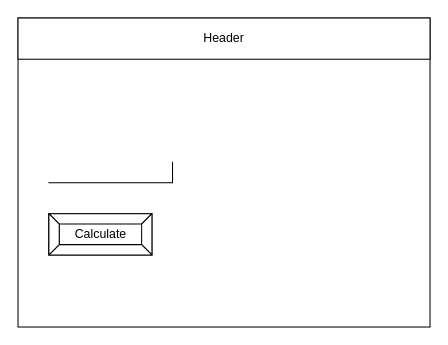
Above: design/story-board.drawio in Liya-Getachew/ICS2O-Unit3-04-JS (draw.io), before the change. Source tidied: cells renumbered, new cells numbered last; positions are measured from the earlier drawing's top-left corner, leaving out a move shared by most shapes. Both pictures are drawn from the tidied source at 103%, with x=0, y=0 at pixel (18, 18).
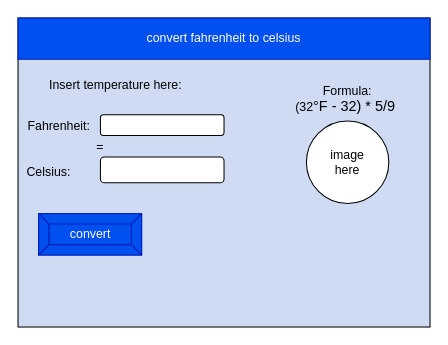
After the change.

Commit message (it also covers changes not shown here):
board and chart

Diff of the diagram source:
```diff
@@
 <mxGraphModel>
   <root>
     <mxCell id="0" />
     <mxCell id="1" parent="0" />
-    <mxCell id="2" style="rounded=0;whiteSpace=wrap;html=1;" parent="1" vertex="1">
+    <mxCell id="2" style="rounded=0;whiteSpace=wrap;html=1;fillColor=#CEDBF2;" parent="1" vertex="1">
       <mxGeometry width="400" height="300" as="geometry" />
     </mxCell>
-    <mxCell id="3" value="Header" style="rounded=0;whiteSpace=wrap;html=1;" parent="1" vertex="1">
+    <mxCell id="3" value="convert fahrenheit to celsius" style="rounded=0;whiteSpace=wrap;html=1;fillColor=#0050ef;fontColor=#ffffff;strokeColor=#001DBC;" parent="1" vertex="1">
       <mxGeometry width="400" height="40" as="geometry" />
     </mxCell>
-    <mxCell id="4" style="shape=partialRectangle;whiteSpace=wrap;html=1;top=0;left=0;fillColor=none;" parent="1" vertex="1">
-      <mxGeometry x="30" y="140" width="120" height="20" as="geometry" />
-    </mxCell>
-    <mxCell id="5" value="Calculate" style="labelPosition=center;verticalLabelPosition=middle;align=center;html=1;shape=mxgraph.basic.button;dx=10;" parent="1" vertex="1">
-      <mxGeometry x="30" y="190" width="100" height="40" as="geometry" />
+    <mxCell id="5" value="convert" style="labelPosition=center;verticalLabelPosition=middle;align=center;html=1;shape=mxgraph.basic.button;dx=10;fillColor=#0050ef;fontColor=#FFFFFF;strokeColor=#001DBC;" parent="1" vertex="1">
+      <mxGeometry x="20" y="190" width="100" height="40" as="geometry" />
     </mxCell>
+    <mxCell id="6" value="&lt;font color=&quot;#000000&quot;&gt;Insert temperature here:&lt;/font&gt;" style="text;html=1;strokeColor=none;fillColor=none;align=center;verticalAlign=middle;whiteSpace=wrap;rounded=0;fontColor=#FFFFFF;" parent="1" vertex="1">
+      <mxGeometry x="10" y="50" width="170" height="30" as="geometry" />
+    </mxCell>
+    <mxCell id="7" style="ellipse;whiteSpace=wrap;html=1;fontColor=#000000;fillColor=#FFFFFF;" parent="1" vertex="1">
+      <mxGeometry x="280" y="100" width="80" height="80" as="geometry" />
+    </mxCell>
+    <mxCell id="8" value="image here" style="text;html=1;strokeColor=none;fillColor=none;align=center;verticalAlign=middle;whiteSpace=wrap;rounded=0;fontColor=#000000;" parent="1" vertex="1">
+      <mxGeometry x="290" y="125" width="60" height="30" as="geometry" />
+    </mxCell>
+    <mxCell id="9" value="Fahrenheit:" style="text;html=1;strokeColor=none;fillColor=none;align=center;verticalAlign=middle;whiteSpace=wrap;rounded=0;fontColor=#000000;" parent="1" vertex="1">
+      <mxGeometry x="10" y="90" width="60" height="30" as="geometry" />
+    </mxCell>
+    <mxCell id="10" value="=" style="text;html=1;strokeColor=none;fillColor=none;align=center;verticalAlign=middle;whiteSpace=wrap;rounded=0;fontColor=#000000;" parent="1" vertex="1">
+      <mxGeometry x="50" y="111" width="60" height="30" as="geometry" />
+    </mxCell>
+    <mxCell id="11" value="Celsius:" style="text;html=1;strokeColor=none;fillColor=none;align=center;verticalAlign=middle;whiteSpace=wrap;rounded=0;fontColor=#000000;" parent="1" vertex="1">
+      <mxGeometry y="135" width="60" height="30" as="geometry" />
+    </mxCell>
+    <mxCell id="12" style="rounded=1;whiteSpace=wrap;html=1;fontColor=#000000;fillColor=#FFFFFF;" parent="1" vertex="1">
+      <mxGeometry x="80" y="94" width="120" height="20" as="geometry" />
+    </mxCell>
+    <mxCell id="13" style="rounded=1;whiteSpace=wrap;html=1;fontColor=#000000;fillColor=#FFFFFF;" parent="1" vertex="1">
+      <mxGeometry x="80" y="135" width="120" height="25" as="geometry" />
+    </mxCell>
+    <mxCell id="14" value="Formula:&lt;br&gt;(32&lt;span style=&quot;font-family: &amp;#34;arial&amp;#34; , sans-serif ; font-size: 14px ; text-align: left&quot;&gt;°F - 32) * 5/9&amp;nbsp;&lt;/span&gt;" style="text;html=1;strokeColor=none;fillColor=none;align=center;verticalAlign=middle;whiteSpace=wrap;rounded=0;fontColor=#000000;" parent="1" vertex="1">
+      <mxGeometry x="245" y="64" width="150" height="30" as="geometry" />
+    </mxCell>
   </root>
 </mxGraphModel>
```
